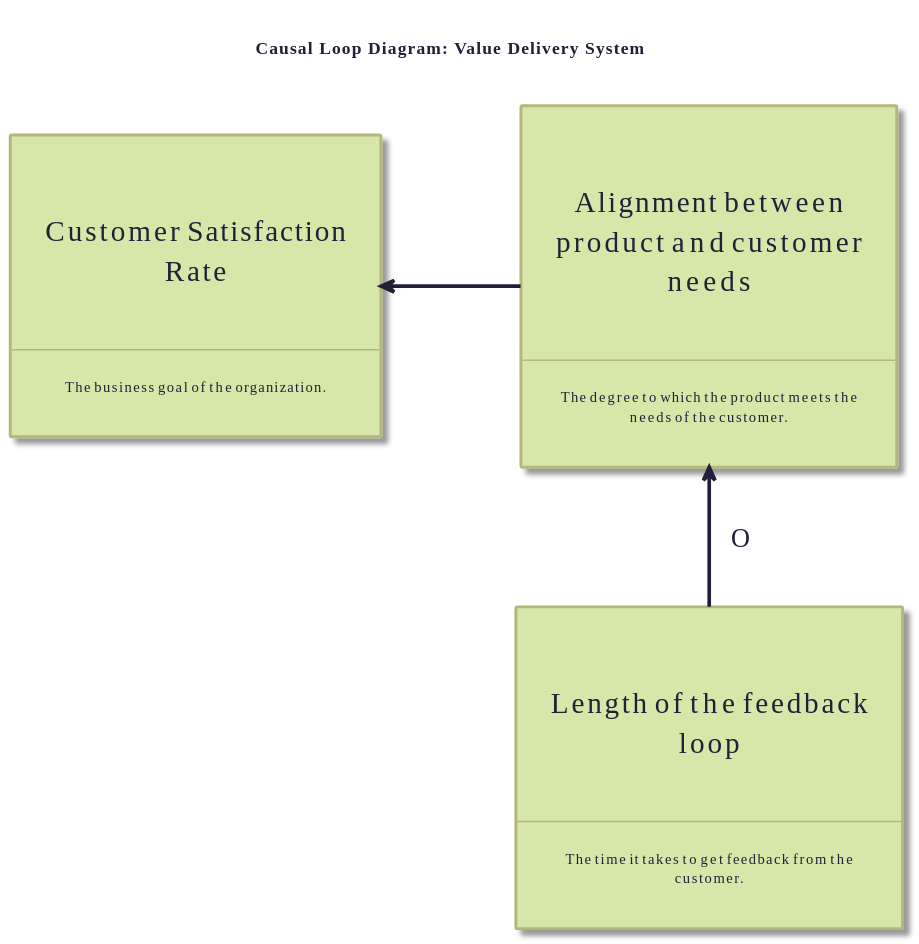
The PlantUML diagram static/images/kata/value_delivery-PART_1.svg in sddevelopment-be/systems-thinking-kata, before a commit.
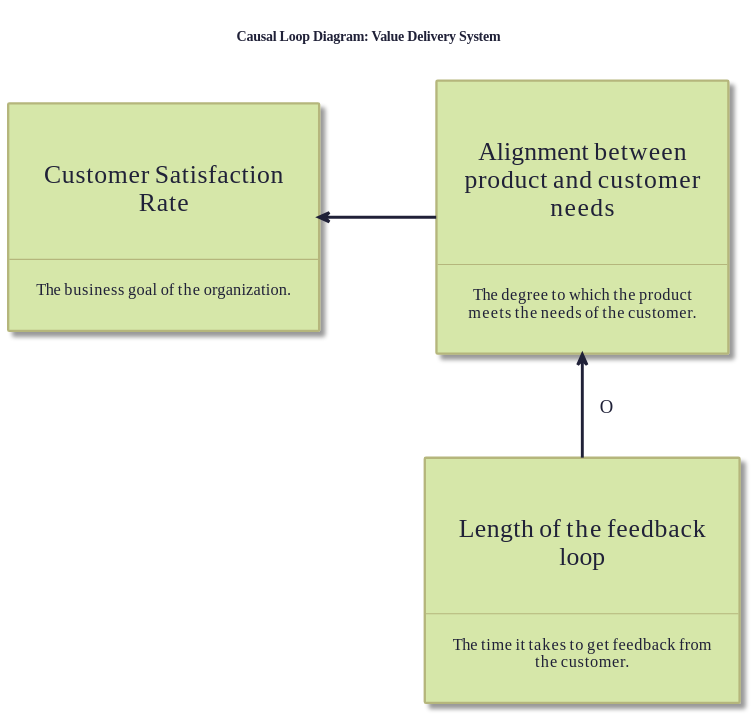
The same file after the commit.

Diff of the diagram source:
```diff
@@ -1,7 +1,7 @@
 @startuml
 title Causal Loop Diagram: Value Delivery System
 
-!include ./templates/puml-theme-stickies.puml
+!include ../templates/puml-theme-stickies.puml
 
 skinparam backgroundColor white
 
```
